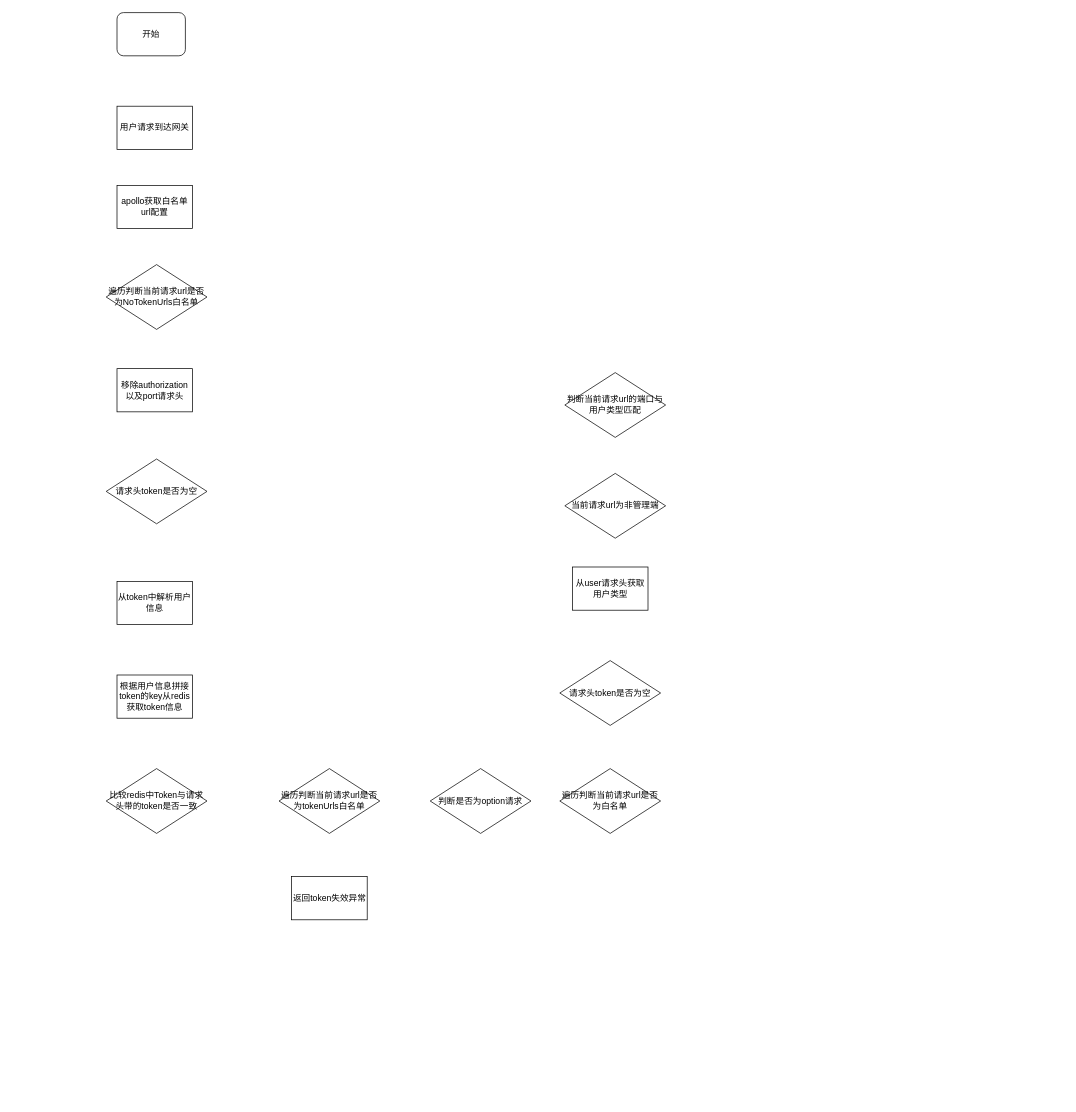
hl3482477/BigDataLearnIng keeps this draw.io diagram as drawio/nct_auth.drawio. Above is the earlier version. Source tidied: cells renumbered, new cells numbered last; positions are measured from the earlier drawing's top-left corner, leaving out a move shared by most shapes. Both pictures are drawn from the tidied source at 72%, with x=0, y=0 at pixel (106, 12).
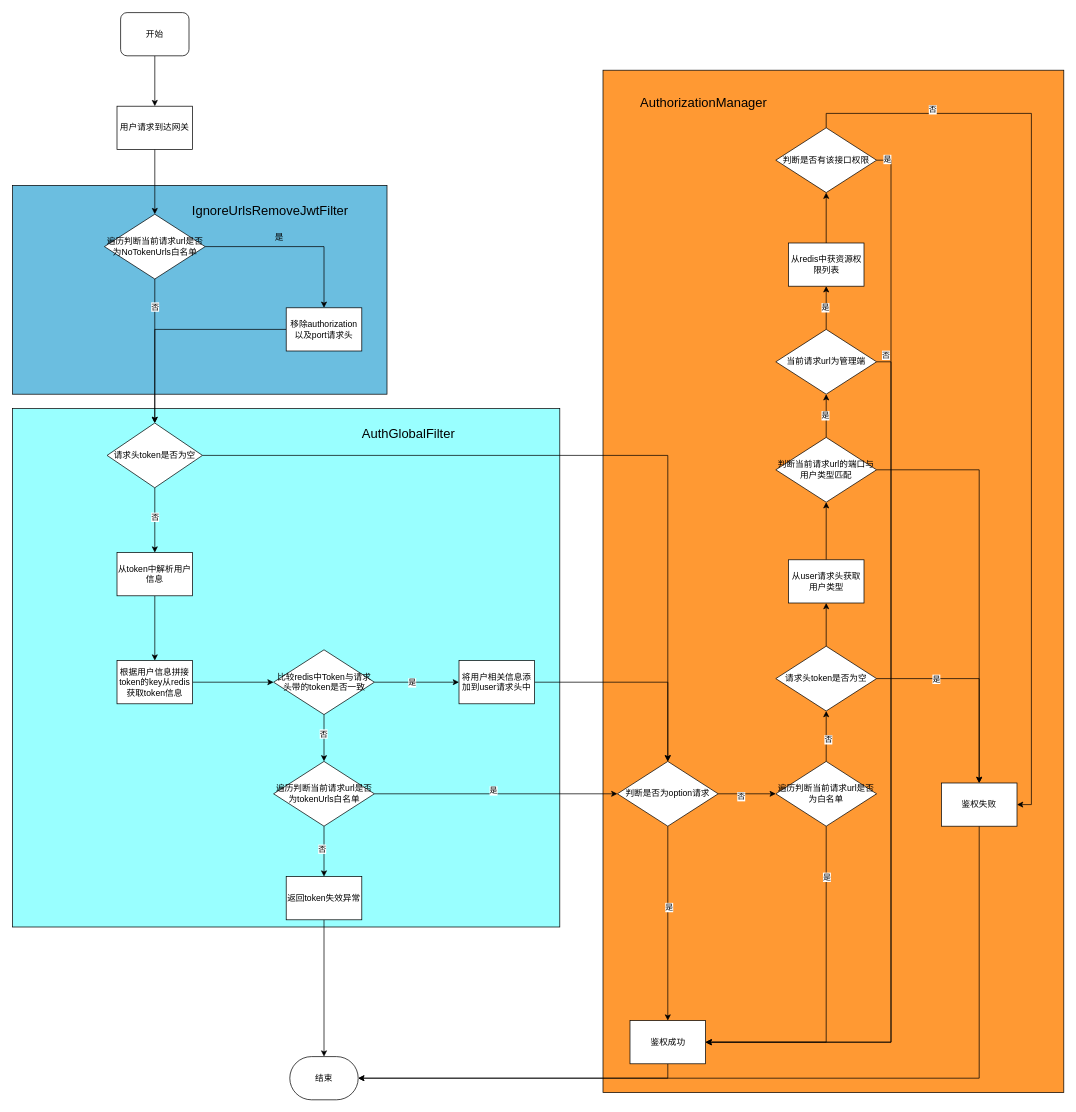
Above is the later version.

Unchanged cells that the change refers to:
```xml
<mxCell id="3" value="用户请求到达网关" style="rounded=0;whiteSpace=wrap;html=1;" parent="1" vertex="1">
  <mxGeometry x="15" y="130" width="105" height="60" as="geometry" />
</mxCell>
```

Diff of the diagram source:
```diff
@@
+    <mxCell id="19" style="rounded=0;whiteSpace=wrap;html=1;fillColor=#FF9933;" parent="1" vertex="1">
+      <mxGeometry x="690" y="80" width="640" height="1420" as="geometry" />
+    </mxCell>
+    <mxCell id="20" style="rounded=0;whiteSpace=wrap;html=1;fillColor=#99FFFF;" parent="1" vertex="1">
+      <mxGeometry x="-130" y="550" width="760" height="720" as="geometry" />
+    </mxCell>
+    <mxCell id="21" style="rounded=0;whiteSpace=wrap;html=1;fillColor=#6BBEE0;" parent="1" vertex="1">
+      <mxGeometry x="-130" y="240" width="520" height="290" as="geometry" />
+    </mxCell>
+    <mxCell id="22" style="edgeStyle=orthogonalEdgeStyle;rounded=0;jettySize=auto;html=1;" parent="1" edge="1" source="2" target="3">
+      <mxGeometry relative="1" as="geometry" />
+    </mxCell>
     <mxCell id="2" value="开始" style="rounded=1;whiteSpace=wrap;html=1;" parent="1" vertex="1">
-      <mxGeometry x="15" width="95" height="60" as="geometry" />
+      <mxGeometry x="20" width="95" height="60" as="geometry" />
     </mxCell>
+    <mxCell id="23" style="edgeStyle=orthogonalEdgeStyle;rounded=0;jettySize=auto;html=1;" parent="1" edge="1" source="3" target="5">
+      <mxGeometry relative="1" as="geometry" />
+    </mxCell>
@@
-    <mxCell id="4" value="apollo获取白名单url配置" style="rounded=0;whiteSpace=wrap;html=1;" parent="1" vertex="1">
-      <mxGeometry x="15" y="240" width="105" height="60" as="geometry" />
-    </mxCell>
+    <mxCell id="24" style="edgeStyle=orthogonalEdgeStyle;rounded=0;jettySize=auto;html=1;" parent="1" edge="1" source="5" target="6">
+      <mxGeometry relative="1" as="geometry" />
+    </mxCell>
+    <mxCell id="25" style="edgeStyle=orthogonalEdgeStyle;rounded=0;jettySize=auto;html=1;exitX=0.5;exitY=1;exitDx=0;exitDy=0;entryX=0.5;entryY=0;entryDx=0;entryDy=0;" parent="1" edge="1" source="5" target="7">
+      <mxGeometry relative="1" as="geometry" />
+    </mxCell>
+    <mxCell id="26" value="否" style="edgeLabel;html=1;align=center;verticalAlign=middle;" parent="25" vertex="1">
+      <mxGeometry x="-0.62" relative="1" as="geometry">
+        <mxPoint y="1" as="offset" />
+      </mxGeometry>
+    </mxCell>
     <mxCell id="5" value="遍历判断当前请求url是否为NoTokenUrls白名单" style="rhombus;whiteSpace=wrap;html=1;" parent="1" vertex="1">
-      <mxGeometry y="350" width="140" height="90" as="geometry" />
+      <mxGeometry x="-2.5" y="280" width="140" height="90" as="geometry" />
     </mxCell>
+    <mxCell id="27" style="edgeStyle=orthogonalEdgeStyle;rounded=0;jettySize=auto;html=1;exitX=0;exitY=0.5;exitDx=0;exitDy=0;entryX=0.5;entryY=0;entryDx=0;entryDy=0;" parent="1" edge="1" source="6" target="7">
+      <mxGeometry relative="1" as="geometry" />
+    </mxCell>
     <mxCell id="6" value="移除authorization以及port请求头" style="rounded=0;whiteSpace=wrap;html=1;" parent="1" vertex="1">
-      <mxGeometry x="15" y="494.5" width="105" height="60" as="geometry" />
+      <mxGeometry x="250" y="410" width="105" height="60" as="geometry" />
     </mxCell>
+    <mxCell id="28" style="edgeStyle=orthogonalEdgeStyle;rounded=0;jettySize=auto;html=1;" parent="1" edge="1" source="7" target="8">
+      <mxGeometry relative="1" as="geometry" />
+    </mxCell>
+    <mxCell id="29" value="否" style="edgeLabel;html=1;align=center;verticalAlign=middle;" parent="28" vertex="1">
+      <mxGeometry x="-0.08" relative="1" as="geometry" />
+    </mxCell>
+    <mxCell id="30" style="edgeStyle=orthogonalEdgeStyle;rounded=0;jettySize=auto;html=1;entryX=0.5;entryY=0;entryDx=0;entryDy=0;" parent="1" edge="1" source="7" target="13">
+      <mxGeometry relative="1" as="geometry" />
+    </mxCell>
     <mxCell id="7" value="请求头token是否为空" style="rhombus;whiteSpace=wrap;html=1;" parent="1" vertex="1">
-      <mxGeometry y="620" width="140" height="90" as="geometry" />
+      <mxGeometry x="1.2" y="570" width="132.5" height="90" as="geometry" />
     </mxCell>
+    <mxCell id="31" style="edgeStyle=orthogonalEdgeStyle;rounded=0;jettySize=auto;html=1;" parent="1" edge="1" source="8" target="9">
+      <mxGeometry relative="1" as="geometry" />
+    </mxCell>
     <mxCell id="8" value="从token中解析用户信息" style="rounded=0;whiteSpace=wrap;html=1;" parent="1" vertex="1">
-      <mxGeometry x="15" y="790" width="105" height="60" as="geometry" />
+      <mxGeometry x="15" y="750" width="105" height="60" as="geometry" />
     </mxCell>
+    <mxCell id="32" style="edgeStyle=orthogonalEdgeStyle;rounded=0;jettySize=auto;html=1;" parent="1" edge="1" source="9" target="10">
+      <mxGeometry relative="1" as="geometry" />
+    </mxCell>
     <mxCell id="9" value="根据用户信息拼接token的key从redis获取token信息" style="rounded=0;whiteSpace=wrap;html=1;" parent="1" vertex="1">
-      <mxGeometry x="15" y="920" width="105" height="60" as="geometry" />
+      <mxGeometry x="15" y="900" width="105" height="60" as="geometry" />
     </mxCell>
+    <mxCell id="33" style="edgeStyle=orthogonalEdgeStyle;rounded=0;jettySize=auto;html=1;" parent="1" edge="1" source="10" target="11">
+      <mxGeometry relative="1" as="geometry" />
+    </mxCell>
+    <mxCell id="34" value="否" style="edgeLabel;html=1;align=center;verticalAlign=middle;" parent="33" vertex="1">
+      <mxGeometry x="-0.2" y="-2" relative="1" as="geometry">
+        <mxPoint x="1" as="offset" />
+      </mxGeometry>
+    </mxCell>
+    <mxCell id="35" style="edgeStyle=orthogonalEdgeStyle;rounded=0;jettySize=auto;html=1;" parent="1" edge="1" source="10" target="65">
+      <mxGeometry relative="1" as="geometry" />
+    </mxCell>
+    <mxCell id="36" value="是" style="edgeLabel;html=1;align=center;verticalAlign=middle;" parent="35" vertex="1">
+      <mxGeometry x="-0.12" relative="1" as="geometry" />
+    </mxCell>
     <mxCell id="10" value="比较redis中Token与请求头带的token是否一致" style="rhombus;whiteSpace=wrap;html=1;" parent="1" vertex="1">
-      <mxGeometry y="1050" width="140" height="90" as="geometry" />
+      <mxGeometry x="232.5" y="885" width="140" height="90" as="geometry" />
     </mxCell>
+    <mxCell id="37" style="edgeStyle=orthogonalEdgeStyle;rounded=0;jettySize=auto;html=1;" parent="1" edge="1" source="11" target="12">
+      <mxGeometry relative="1" as="geometry" />
+    </mxCell>
+    <mxCell id="38" value="否" style="edgeLabel;html=1;align=center;verticalAlign=middle;" parent="37" vertex="1">
+      <mxGeometry x="-0.15" y="-3" relative="1" as="geometry">
+        <mxPoint y="1" as="offset" />
+      </mxGeometry>
+    </mxCell>
+    <mxCell id="39" style="edgeStyle=orthogonalEdgeStyle;rounded=0;jettySize=auto;html=1;" parent="1" edge="1" source="11" target="13">
+      <mxGeometry relative="1" as="geometry" />
+    </mxCell>
+    <mxCell id="40" value="是" style="edgeLabel;html=1;align=center;verticalAlign=middle;" parent="39" vertex="1">
+      <mxGeometry x="-0.02" y="5" relative="1" as="geometry" />
+    </mxCell>
     <mxCell id="11" value="遍历判断当前请求url是否为tokenUrls白名单" style="rhombus;whiteSpace=wrap;html=1;" parent="1" vertex="1">
-      <mxGeometry x="240" y="1050" width="140" height="90" as="geometry" />
+      <mxGeometry x="232.5" y="1040" width="140" height="90" as="geometry" />
     </mxCell>
+    <mxCell id="41" style="edgeStyle=orthogonalEdgeStyle;rounded=0;jettySize=auto;html=1;" parent="1" edge="1" source="12" target="63">
+      <mxGeometry relative="1" as="geometry" />
+    </mxCell>
     <mxCell id="12" value="返回token失效异常" style="rounded=0;whiteSpace=wrap;html=1;" parent="1" vertex="1">
-      <mxGeometry x="257.5" y="1200" width="105" height="60" as="geometry" />
+      <mxGeometry x="250" y="1200" width="105" height="60" as="geometry" />
     </mxCell>
+    <mxCell id="42" style="edgeStyle=orthogonalEdgeStyle;rounded=0;jettySize=auto;html=1;" parent="1" edge="1" source="13" target="68">
+      <mxGeometry relative="1" as="geometry" />
+    </mxCell>
+    <mxCell id="43" value="是" style="edgeLabel;html=1;align=center;verticalAlign=middle;" parent="42" vertex="1">
+      <mxGeometry x="-0.17" y="1" relative="1" as="geometry" />
+    </mxCell>
+    <mxCell id="44" style="edgeStyle=orthogonalEdgeStyle;rounded=0;jettySize=auto;html=1;entryX=0;entryY=0.5;entryDx=0;entryDy=0;" parent="1" edge="1" source="13" target="14">
+      <mxGeometry relative="1" as="geometry" />
+    </mxCell>
+    <mxCell id="45" value="否" style="edgeLabel;html=1;align=center;verticalAlign=middle;" parent="44" vertex="1">
+      <mxGeometry x="-0.22" y="-3" relative="1" as="geometry" />
+    </mxCell>
     <mxCell id="13" value="判断是否为option请求" style="rhombus;whiteSpace=wrap;html=1;" parent="1" vertex="1">
-      <mxGeometry x="450" y="1050" width="140" height="90" as="geometry" />
+      <mxGeometry x="710" y="1040" width="140" height="90" as="geometry" />
     </mxCell>
+    <mxCell id="46" style="edgeStyle=orthogonalEdgeStyle;rounded=0;jettySize=auto;html=1;exitX=0.5;exitY=1;exitDx=0;exitDy=0;entryX=1;entryY=0.5;entryDx=0;entryDy=0;" parent="1" edge="1" source="14" target="68">
+      <mxGeometry relative="1" as="geometry" />
+    </mxCell>
+    <mxCell id="47" value="是" style="edgeLabel;html=1;align=center;verticalAlign=middle;" parent="46" vertex="1">
+      <mxGeometry x="-0.7" relative="1" as="geometry" />
+    </mxCell>
+    <mxCell id="48" style="edgeStyle=orthogonalEdgeStyle;rounded=0;jettySize=auto;html=1;exitX=0.5;exitY=0;exitDx=0;exitDy=0;entryX=0.5;entryY=1;entryDx=0;entryDy=0;" parent="1" edge="1" source="14" target="15">
+      <mxGeometry relative="1" as="geometry" />
+    </mxCell>
+    <mxCell id="49" value="否" style="edgeLabel;html=1;align=center;verticalAlign=middle;" parent="48" vertex="1">
+      <mxGeometry x="-0.14" y="-2" relative="1" as="geometry">
+        <mxPoint y="-1" as="offset" />
+      </mxGeometry>
+    </mxCell>
     <mxCell id="14" value="遍历判断当前请求url是否为白名单" style="rhombus;whiteSpace=wrap;html=1;" parent="1" vertex="1">
-      <mxGeometry x="630" y="1050" width="140" height="90" as="geometry" />
+      <mxGeometry x="930" y="1040" width="140" height="90" as="geometry" />
     </mxCell>
+    <mxCell id="50" style="edgeStyle=orthogonalEdgeStyle;rounded=0;jettySize=auto;html=1;exitX=1;exitY=0.5;exitDx=0;exitDy=0;entryX=0.5;entryY=0;entryDx=0;entryDy=0;" parent="1" edge="1" source="15" target="70">
+      <mxGeometry relative="1" as="geometry" />
+    </mxCell>
+    <mxCell id="51" value="是" style="edgeLabel;html=1;align=center;verticalAlign=middle;" parent="50" vertex="1">
+      <mxGeometry x="-0.44" relative="1" as="geometry">
+        <mxPoint x="1" as="offset" />
+      </mxGeometry>
+    </mxCell>
+    <mxCell id="52" style="edgeStyle=orthogonalEdgeStyle;rounded=0;jettySize=auto;html=1;" parent="1" edge="1" source="15" target="17">
+      <mxGeometry relative="1" as="geometry" />
+    </mxCell>
     <mxCell id="15" value="请求头token是否为空" style="rhombus;whiteSpace=wrap;html=1;" parent="1" vertex="1">
-      <mxGeometry x="630" y="900" width="140" height="90" as="geometry" />
+      <mxGeometry x="930" y="880" width="140" height="90" as="geometry" />
     </mxCell>
+    <mxCell id="53" style="edgeStyle=orthogonalEdgeStyle;rounded=0;jettySize=auto;html=1;" parent="1" edge="1" source="16" target="77">
+      <mxGeometry relative="1" as="geometry" />
+    </mxCell>
+    <mxCell id="54" value="是" style="edgeLabel;html=1;align=center;verticalAlign=middle;" parent="53" vertex="1">
+      <mxGeometry x="0.03" y="2" relative="1" as="geometry" />
+    </mxCell>
+    <mxCell id="55" style="edgeStyle=orthogonalEdgeStyle;rounded=0;jettySize=auto;html=1;exitX=1;exitY=0.5;exitDx=0;exitDy=0;entryX=1;entryY=0.5;entryDx=0;entryDy=0;" parent="1" edge="1" source="16" target="68">
+      <mxGeometry relative="1" as="geometry" />
+    </mxCell>
+    <mxCell id="56" value="否" style="edgeLabel;html=1;align=center;verticalAlign=middle;" parent="55" vertex="1">
+      <mxGeometry x="-0.97" y="5" relative="1" as="geometry">
+        <mxPoint x="-6" y="-5" as="offset" />
+      </mxGeometry>
+    </mxCell>
-    <mxCell id="16" value="当前请求url为非管理端" style="rhombus;whiteSpace=wrap;html=1;" parent="1" vertex="1">
-      <mxGeometry x="637" y="640" width="140" height="90" as="geometry" />
+    <mxCell id="16" value="当前请求url为管理端" style="rhombus;whiteSpace=wrap;html=1;" parent="1" vertex="1">
+      <mxGeometry x="930" y="440" width="140" height="90" as="geometry" />
     </mxCell>
+    <mxCell id="57" style="edgeStyle=orthogonalEdgeStyle;rounded=0;jettySize=auto;html=1;" parent="1" edge="1" source="17" target="18">
+      <mxGeometry relative="1" as="geometry" />
+    </mxCell>
     <mxCell id="17" value="从user请求头获取用户类型" style="rounded=0;whiteSpace=wrap;html=1;" parent="1" vertex="1">
-      <mxGeometry x="647.5" y="770" width="105" height="60" as="geometry" />
+      <mxGeometry x="947.5" y="760" width="105" height="60" as="geometry" />
     </mxCell>
+    <mxCell id="58" style="edgeStyle=orthogonalEdgeStyle;rounded=0;jettySize=auto;html=1;exitX=1;exitY=0.5;exitDx=0;exitDy=0;entryX=0.5;entryY=0;entryDx=0;entryDy=0;" parent="1" edge="1" source="18" target="70">
+      <mxGeometry relative="1" as="geometry" />
+    </mxCell>
+    <mxCell id="59" style="edgeStyle=orthogonalEdgeStyle;rounded=0;jettySize=auto;html=1;" parent="1" edge="1" source="18" target="16">
+      <mxGeometry relative="1" as="geometry" />
+    </mxCell>
+    <mxCell id="60" value="是" style="edgeLabel;html=1;align=center;verticalAlign=middle;" parent="59" vertex="1">
+      <mxGeometry x="0.06" y="2" relative="1" as="geometry">
+        <mxPoint y="1" as="offset" />
+      </mxGeometry>
+    </mxCell>
     <mxCell id="18" value="判断当前请求url的端口与用户类型匹配" style="rhombus;whiteSpace=wrap;html=1;" parent="1" vertex="1">
-      <mxGeometry x="637" y="500" width="140" height="90" as="geometry" />
+      <mxGeometry x="930" y="590" width="140" height="90" as="geometry" />
     </mxCell>
+    <mxCell id="61" value="是" style="text;html=1;align=center;verticalAlign=middle;strokeColor=none;fillColor=none;" parent="1" vertex="1">
+      <mxGeometry x="220" y="298" width="40" height="30" as="geometry" />
+    </mxCell>
+    <mxCell id="62" value="&lt;font style=&quot;font-size: 18px;&quot;&gt;IgnoreUrlsRemoveJwtFilter&lt;/font&gt;" style="text;html=1;strokeColor=none;fillColor=none;align=center;verticalAlign=middle;whiteSpace=wrap;rounded=0;" parent="1" vertex="1">
+      <mxGeometry x="198" y="260" width="60" height="30" as="geometry" />
+    </mxCell>
+    <mxCell id="63" value="结束" style="rounded=1;whiteSpace=wrap;html=1;arcSize=50;" parent="1" vertex="1">
+      <mxGeometry x="255" y="1450" width="95" height="60" as="geometry" />
+    </mxCell>
+    <mxCell id="64" style="edgeStyle=orthogonalEdgeStyle;rounded=0;jettySize=auto;html=1;" parent="1" edge="1" source="65" target="13">
+      <mxGeometry relative="1" as="geometry" />
+    </mxCell>
+    <mxCell id="65" value="将用户相关信息添加到user请求头中" style="rounded=0;whiteSpace=wrap;html=1;" parent="1" vertex="1">
+      <mxGeometry x="490" y="900" width="105" height="60" as="geometry" />
+    </mxCell>
+    <mxCell id="66" value="&lt;font style=&quot;font-size: 18px;&quot;&gt;AuthGlobalFilter&lt;/font&gt;" style="text;html=1;strokeColor=none;fillColor=none;align=center;verticalAlign=middle;whiteSpace=wrap;rounded=0;" parent="1" vertex="1">
+      <mxGeometry x="390" y="570" width="60" height="30" as="geometry" />
+    </mxCell>
+    <mxCell id="67" style="edgeStyle=orthogonalEdgeStyle;rounded=0;jettySize=auto;html=1;exitX=0.5;exitY=1;exitDx=0;exitDy=0;entryX=1;entryY=0.5;entryDx=0;entryDy=0;" parent="1" edge="1" source="68" target="63">
+      <mxGeometry relative="1" as="geometry" />
+    </mxCell>
+    <mxCell id="68" value="鉴权成功" style="rounded=0;whiteSpace=wrap;html=1;" parent="1" vertex="1">
+      <mxGeometry x="727.5" y="1400" width="105" height="60" as="geometry" />
+    </mxCell>
+    <mxCell id="69" style="edgeStyle=orthogonalEdgeStyle;rounded=0;jettySize=auto;html=1;exitX=0.5;exitY=1;exitDx=0;exitDy=0;entryX=1;entryY=0.5;entryDx=0;entryDy=0;" parent="1" edge="1" source="70" target="63">
+      <mxGeometry relative="1" as="geometry" />
+    </mxCell>
+    <mxCell id="70" value="鉴权失败" style="rounded=0;whiteSpace=wrap;html=1;" parent="1" vertex="1">
+      <mxGeometry x="1160" y="1070" width="105" height="60" as="geometry" />
+    </mxCell>
+    <mxCell id="71" style="edgeStyle=orthogonalEdgeStyle;rounded=0;jettySize=auto;html=1;exitX=1;exitY=0.5;exitDx=0;exitDy=0;entryX=1;entryY=0.5;entryDx=0;entryDy=0;" parent="1" edge="1" source="75" target="68">
+      <mxGeometry relative="1" as="geometry" />
+    </mxCell>
+    <mxCell id="72" value="是" style="edgeLabel;html=1;align=center;verticalAlign=middle;" parent="71" vertex="1">
+      <mxGeometry x="-0.98" y="2" relative="1" as="geometry">
+        <mxPoint x="-1" as="offset" />
+      </mxGeometry>
+    </mxCell>
+    <mxCell id="73" style="edgeStyle=orthogonalEdgeStyle;rounded=0;jettySize=auto;html=1;exitX=0.5;exitY=0;exitDx=0;exitDy=0;entryX=1;entryY=0.5;entryDx=0;entryDy=0;" parent="1" edge="1" source="75" target="70">
+      <mxGeometry relative="1" as="geometry" />
+    </mxCell>
+    <mxCell id="74" value="否" style="edgeLabel;html=1;align=center;verticalAlign=middle;" parent="73" vertex="1">
+      <mxGeometry x="-0.74" y="6" relative="1" as="geometry" />
+    </mxCell>
+    <mxCell id="75" value="判断是否有该接口权限" style="rhombus;whiteSpace=wrap;html=1;" parent="1" vertex="1">
+      <mxGeometry x="930" y="160" width="140" height="90" as="geometry" />
+    </mxCell>
+    <mxCell id="76" style="edgeStyle=orthogonalEdgeStyle;rounded=0;jettySize=auto;html=1;exitX=0.5;exitY=0;exitDx=0;exitDy=0;entryX=0.5;entryY=1;entryDx=0;entryDy=0;" parent="1" edge="1" source="77" target="75">
+      <mxGeometry relative="1" as="geometry" />
+    </mxCell>
+    <mxCell id="77" value="从redis中获资源权限列表" style="rounded=0;whiteSpace=wrap;html=1;" parent="1" vertex="1">
+      <mxGeometry x="947.5" y="320" width="105" height="60" as="geometry" />
+    </mxCell>
+    <mxCell id="78" value="&lt;font style=&quot;font-size: 18px;&quot;&gt;AuthorizationManager&lt;/font&gt;" style="text;html=1;strokeColor=none;fillColor=none;align=center;verticalAlign=middle;whiteSpace=wrap;rounded=0;" parent="1" vertex="1">
+      <mxGeometry x="800" y="110" width="60" height="30" as="geometry" />
+    </mxCell>
```
